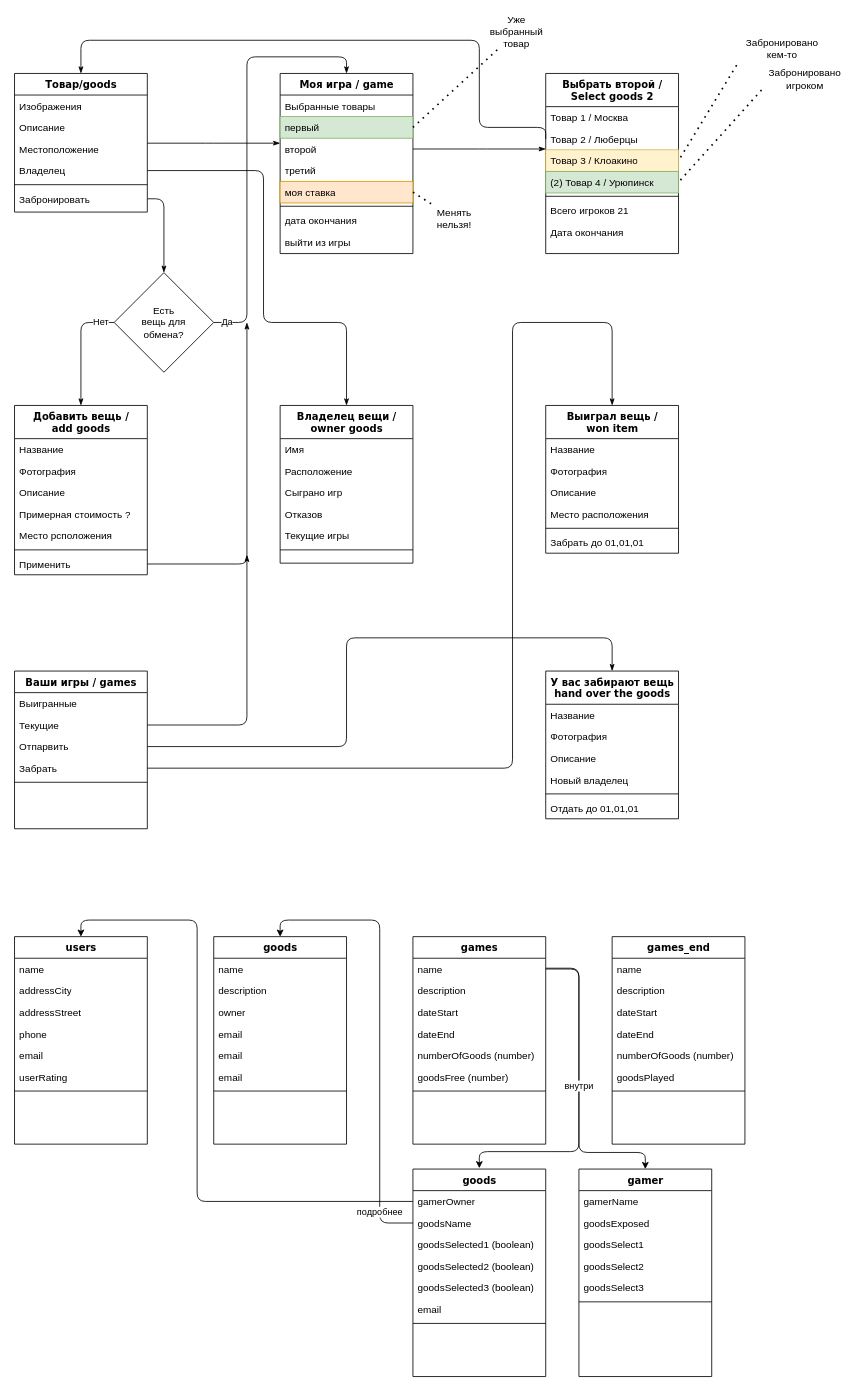
Before: Untitled Diagram.drawio in hazik76/Transmit, a draw.io diagram. Source tidied: cells renumbered, new cells numbered last; positions are measured from the earlier drawing's top-left corner, leaving out a move shared by most shapes. Both pictures are drawn from the tidied source at 83%, with x=0, y=0 at pixel (14, 15).
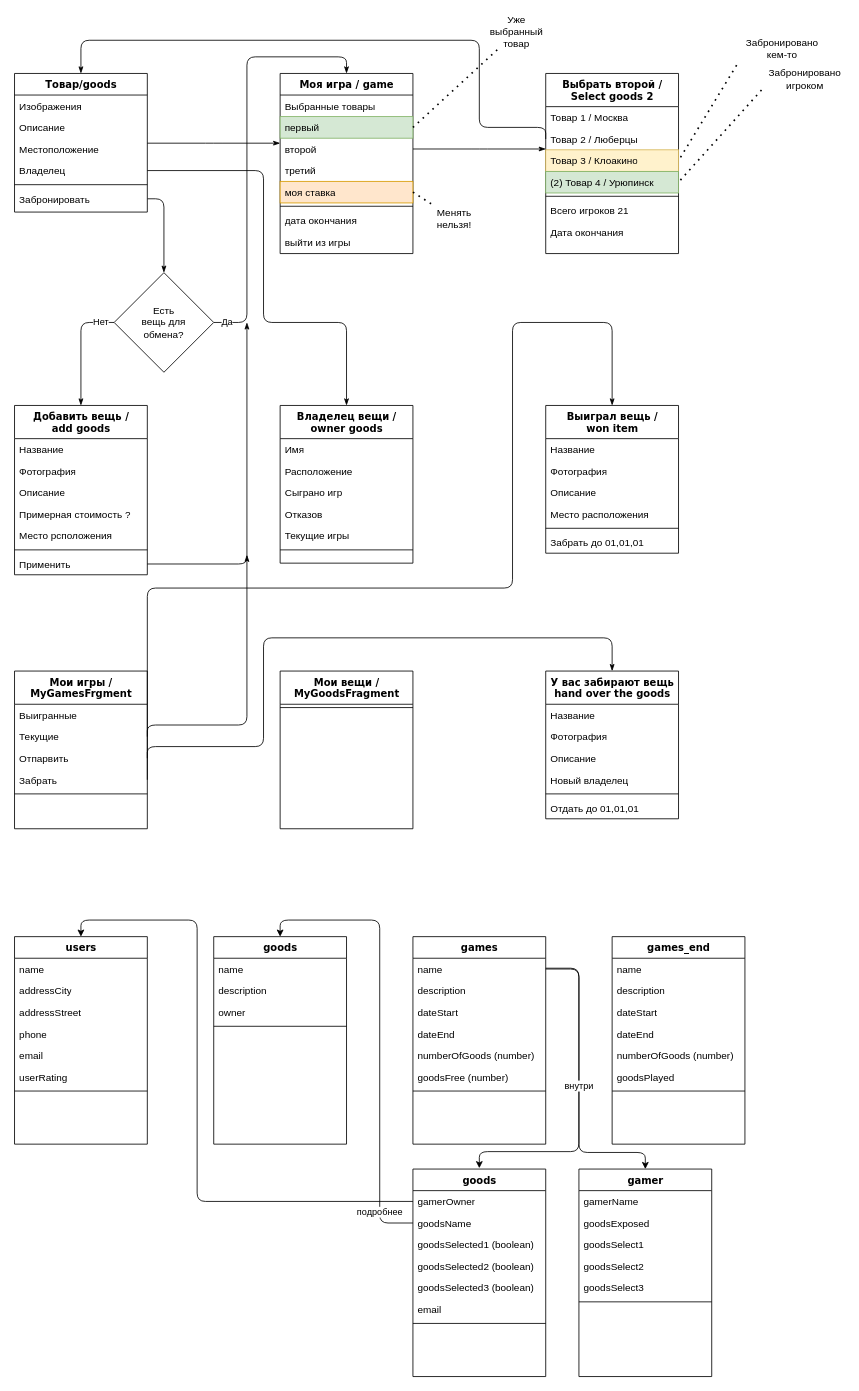
The same page after the edit.

The change refers to these unchanged cells:
```xml
<mxCell id="61" value="Выиграл вещь /&lt;br&gt;won item" style="swimlane;html=1;fontStyle=1;align=center;verticalAlign=top;horizontal=1;startSize=40;swimlaneFillColor=#ffffff;rounded=0;shadow=0;comic=0;labelBackgroundColor=none;strokeWidth=1;fillColor=none;fontFamily=Verdana;fontSize=12;" parent="1" vertex="1">
  <mxGeometry x="640" y="470" width="160" height="178" as="geometry" />
</mxCell>
<mxCell id="68" value="У вас забирают вещь&lt;br&gt;hand over the goods" style="swimlane;html=1;fontStyle=1;align=center;verticalAlign=top;horizontal=1;startSize=40;swimlaneFillColor=#ffffff;rounded=0;shadow=0;comic=0;labelBackgroundColor=none;strokeWidth=1;fillColor=none;fontFamily=Verdana;fontSize=12;" parent="1" vertex="1">
  <mxGeometry x="640" y="790" width="160" height="178" as="geometry" />
</mxCell>
<mxCell id="92" value="goods" style="swimlane;html=1;fontStyle=1;align=center;verticalAlign=top;horizontal=1;startSize=26;swimlaneFillColor=#ffffff;rounded=0;shadow=0;comic=0;labelBackgroundColor=none;strokeWidth=1;fillColor=none;fontFamily=Verdana;fontSize=12;" parent="1" vertex="1">
  <mxGeometry x="240" y="1110" width="160" height="250" as="geometry" />
</mxCell>
```

The edit, as a diff of the source:
```diff
@@
-    <mxCell id="75" value="Ваши игры / games" style="swimlane;html=1;fontStyle=1;align=center;verticalAlign=top;horizontal=1;startSize=26;swimlaneFillColor=#ffffff;rounded=0;shadow=0;comic=0;labelBackgroundColor=none;strokeWidth=1;fillColor=none;fontFamily=Verdana;fontSize=12;" parent="1" vertex="1">
+    <mxCell id="75" value="Мои игры /&lt;br&gt;MyGamesFrgment" style="swimlane;html=1;fontStyle=1;align=center;verticalAlign=top;horizontal=1;startSize=40;swimlaneFillColor=#ffffff;rounded=0;shadow=0;comic=0;labelBackgroundColor=none;strokeWidth=1;fillColor=none;fontFamily=Verdana;fontSize=12;" parent="1" vertex="1">
       <mxGeometry y="790" width="160" height="190" as="geometry" />
     </mxCell>
     <mxCell id="76" value="Выигранные" style="text;html=1;strokeColor=none;fillColor=none;align=left;verticalAlign=top;spacingLeft=4;spacingRight=4;whiteSpace=wrap;overflow=hidden;" parent="75" vertex="1">
-      <mxGeometry y="26" width="160" height="26" as="geometry" />
+      <mxGeometry y="40" width="160" height="26" as="geometry" />
     </mxCell>
     <mxCell id="77" value="Текущие" style="text;html=1;strokeColor=none;fillColor=none;align=left;verticalAlign=top;spacingLeft=4;spacingRight=4;whiteSpace=wrap;overflow=hidden;points=[[0,0.5],[1,0.5]];portConstraint=eastwest;" parent="75" vertex="1">
-      <mxGeometry y="52" width="160" height="26" as="geometry" />
+      <mxGeometry y="66" width="160" height="26" as="geometry" />
     </mxCell>
     <mxCell id="78" value="Отпарвить" style="text;html=1;strokeColor=none;fillColor=none;align=left;verticalAlign=top;spacingLeft=4;spacingRight=4;whiteSpace=wrap;overflow=hidden;points=[[0,0.5],[1,0.5]];portConstraint=eastwest;" parent="75" vertex="1">
-      <mxGeometry y="78" width="160" height="26" as="geometry" />
+      <mxGeometry y="92" width="160" height="26" as="geometry" />
     </mxCell>
     <mxCell id="79" value="Забрать" style="text;html=1;strokeColor=none;fillColor=none;align=left;verticalAlign=top;spacingLeft=4;spacingRight=4;whiteSpace=wrap;overflow=hidden;points=[[0,0.5],[1,0.5]];portConstraint=eastwest;" parent="75" vertex="1">
-      <mxGeometry y="104" width="160" height="26" as="geometry" />
+      <mxGeometry y="118" width="160" height="26" as="geometry" />
     </mxCell>
     <mxCell id="80" style="line;html=1;strokeWidth=1;fillColor=none;align=left;verticalAlign=middle;spacingTop=-1;spacingLeft=3;spacingRight=3;labelPosition=right;" parent="75" vertex="1">
-      <mxGeometry y="130" width="160" height="8" as="geometry" />
+      <mxGeometry y="144" width="160" height="8" as="geometry" />
     </mxCell>
     <mxCell id="81" style="edgeStyle=orthogonalEdgeStyle;rounded=1;jettySize=auto;html=1;exitX=1;exitY=0.5;exitDx=0;exitDy=0;entryX=0.5;entryY=0;entryDx=0;entryDy=0;startSize=6;endArrow=classicThin;endFill=1;endSize=6;" parent="1" edge="1" source="78" target="68">
       <mxGeometry relative="1" as="geometry">
         <Array as="points">
-          <mxPoint x="400" y="881" />
-          <mxPoint x="400" y="750" />
+          <mxPoint x="300" y="881" />
+          <mxPoint x="300" y="750" />
           <mxPoint x="720" y="750" />
         </Array>
       </mxGeometry>
     </mxCell>
     <mxCell id="82" style="edgeStyle=orthogonalEdgeStyle;rounded=1;jettySize=auto;html=1;exitX=1;exitY=0.5;exitDx=0;exitDy=0;startSize=6;endArrow=classicThin;endFill=1;endSize=6;entryX=0.5;entryY=0;entryDx=0;entryDy=0;" parent="1" edge="1" source="79" target="61">
       <mxGeometry relative="1" as="geometry">
         <Array as="points">
-          <mxPoint x="600" y="907" />
+          <mxPoint x="160" y="690" />
+          <mxPoint x="600" y="690" />
           <mxPoint x="600" y="370" />
           <mxPoint x="720" y="370" />
         </Array>
       </mxGeometry>
     </mxCell>
@@
-    <mxCell id="96" value="email" style="text;html=1;strokeColor=none;fillColor=none;align=left;verticalAlign=top;spacingLeft=4;spacingRight=4;whiteSpace=wrap;overflow=hidden;" parent="92" vertex="1">
-      <mxGeometry y="104" width="160" height="26" as="geometry" />
-    </mxCell>
-    <mxCell id="97" value="email" style="text;html=1;strokeColor=none;fillColor=none;align=left;verticalAlign=top;spacingLeft=4;spacingRight=4;whiteSpace=wrap;overflow=hidden;" parent="92" vertex="1">
-      <mxGeometry y="130" width="160" height="26" as="geometry" />
-    </mxCell>
-    <mxCell id="98" value="email" style="text;html=1;strokeColor=none;fillColor=none;align=left;verticalAlign=top;spacingLeft=4;spacingRight=4;whiteSpace=wrap;overflow=hidden;" parent="92" vertex="1">
-      <mxGeometry y="156" width="160" height="26" as="geometry" />
-    </mxCell>
     <mxCell id="99" style="line;html=1;strokeWidth=1;fillColor=none;align=left;verticalAlign=middle;spacingTop=-1;spacingLeft=3;spacingRight=3;labelPosition=right;" parent="92" vertex="1">
-      <mxGeometry y="182" width="160" height="8" as="geometry" />
+      <mxGeometry y="104" width="160" height="8" as="geometry" />
     </mxCell>
@@
+    <mxCell id="136" value="Мои вещи /&lt;br&gt;MyGoodsFragment" style="swimlane;html=1;fontStyle=1;align=center;verticalAlign=top;horizontal=1;startSize=40;swimlaneFillColor=#ffffff;rounded=0;shadow=0;comic=0;labelBackgroundColor=none;strokeWidth=1;fillColor=none;fontFamily=Verdana;fontSize=12;" parent="1" vertex="1">
+      <mxGeometry x="320" y="790" width="160" height="190" as="geometry" />
+    </mxCell>
+    <mxCell id="137" style="line;html=1;strokeWidth=1;fillColor=none;align=left;verticalAlign=middle;spacingTop=-1;spacingLeft=3;spacingRight=3;labelPosition=right;" parent="136" vertex="1">
+      <mxGeometry y="40" width="160" height="8" as="geometry" />
+    </mxCell>
```
